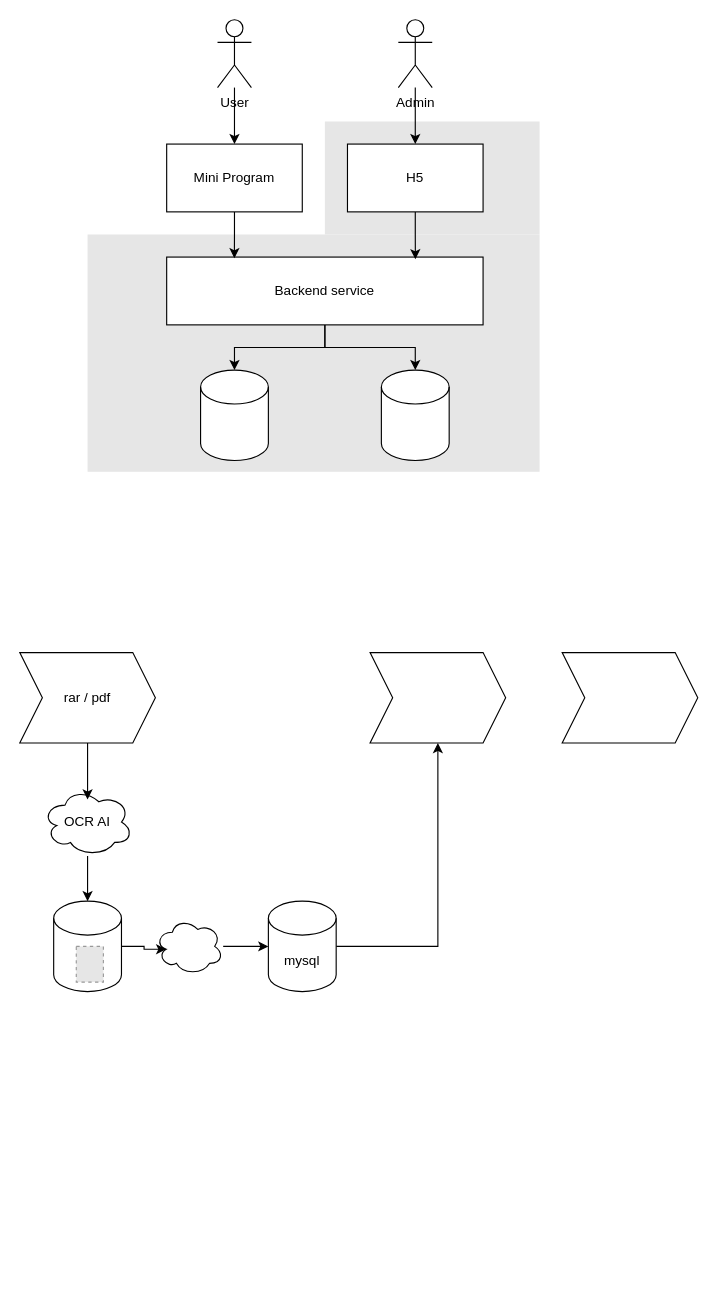
Above: mini-erp.drawio in huangshijie/Drawio (draw.io), before the change. Source tidied: cells renumbered, new cells numbered last; positions are measured from the earlier drawing's top-left corner, leaving out a move shared by most shapes. Both pictures are drawn from the tidied source at 113%, with x=0, y=0 at pixel (19, 19). Pictures stored in the file or linked from it are replaced by grey dashed boxes.
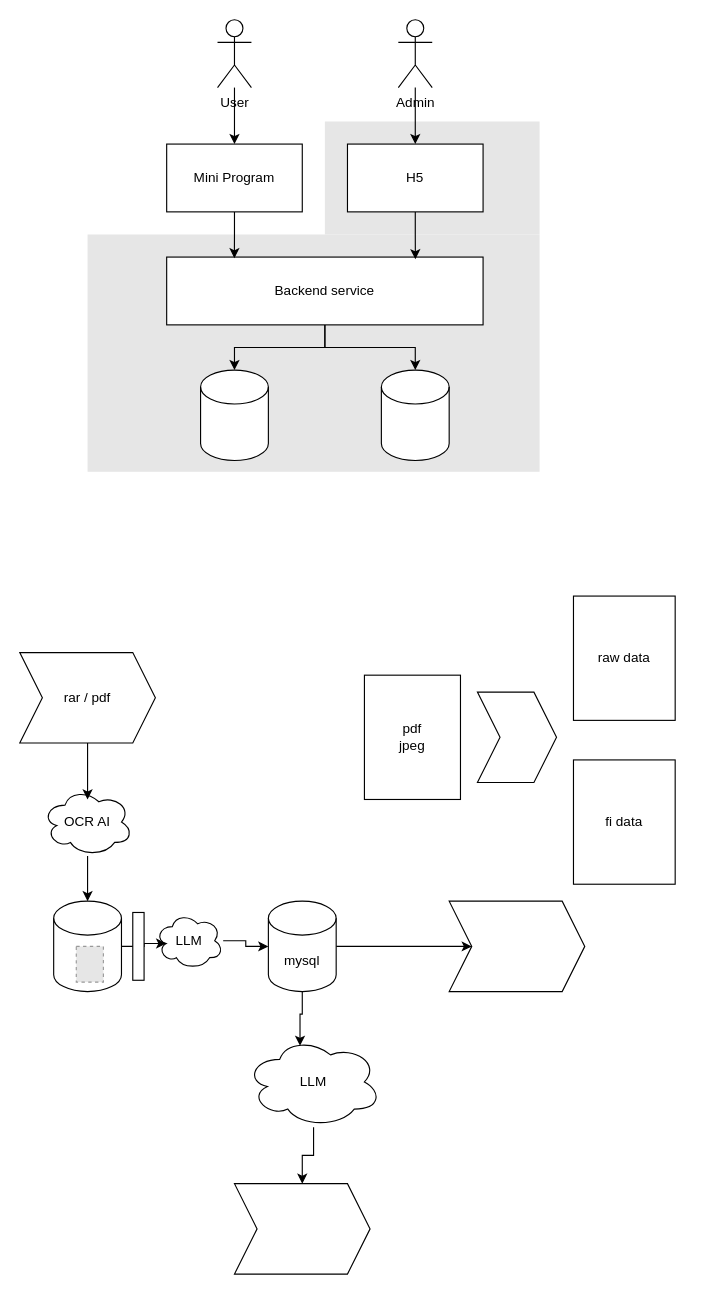
The same diagram, later.

Unchanged cells that the change refers to:
```xml
<mxCell id="23" value="mysql" style="shape=cylinder3;whiteSpace=wrap;html=1;boundedLbl=1;backgroundOutline=1;size=15;" parent="1" vertex="1">
  <mxGeometry x="220" y="780" width="60" height="80" as="geometry" />
</mxCell>
```

Change to the diagram source:
```diff
@@
     <mxCell id="19" style="shape=step;perimeter=stepPerimeter;whiteSpace=wrap;html=1;fixedSize=1;" parent="1" vertex="1">
-      <mxGeometry x="310" y="560" width="120" height="80" as="geometry" />
+      <mxGeometry x="380" y="780" width="120" height="80" as="geometry" />
     </mxCell>
@@
     <mxCell id="21" style="shape=step;perimeter=stepPerimeter;whiteSpace=wrap;html=1;fixedSize=1;" parent="1" vertex="1">
-      <mxGeometry x="480" y="560" width="120" height="80" as="geometry" />
+      <mxGeometry x="190" y="1030" width="120" height="80" as="geometry" />
     </mxCell>
@@
-    <mxCell id="28" style="ellipse;shape=cloud;whiteSpace=wrap;html=1;" parent="1" vertex="1">
-      <mxGeometry x="120" y="795" width="60" height="50" as="geometry" />
+    <mxCell id="28" value="LLM" style="ellipse;shape=cloud;whiteSpace=wrap;html=1;" parent="1" vertex="1">
+      <mxGeometry x="120" y="790" width="60" height="50" as="geometry" />
     </mxCell>
@@
+    <mxCell id="31" style="rounded=0;whiteSpace=wrap;html=1;" parent="1" vertex="1">
+      <mxGeometry x="100" y="790" width="10" height="60" as="geometry" />
+    </mxCell>
+    <mxCell id="32" style="edgeStyle=orthogonalEdgeStyle;rounded=0;jettySize=auto;html=1;entryX=0.5;entryY=0;entryDx=0;entryDy=0;" parent="1" edge="1" source="33" target="21">
+      <mxGeometry relative="1" as="geometry" />
+    </mxCell>
+    <mxCell id="33" value="LLM" style="ellipse;shape=cloud;whiteSpace=wrap;html=1;" parent="1" vertex="1">
+      <mxGeometry x="200" y="900" width="120" height="80" as="geometry" />
+    </mxCell>
+    <mxCell id="34" style="edgeStyle=orthogonalEdgeStyle;rounded=0;jettySize=auto;html=1;entryX=0.4;entryY=0.1;entryDx=0;entryDy=0;entryPerimeter=0;" parent="1" edge="1" source="23" target="33">
+      <mxGeometry relative="1" as="geometry" />
+    </mxCell>
+    <mxCell id="35" value="pdf&lt;div&gt;jpeg&lt;/div&gt;" style="rounded=0;whiteSpace=wrap;html=1;" parent="1" vertex="1">
+      <mxGeometry x="305" y="580" width="85" height="110" as="geometry" />
+    </mxCell>
+    <mxCell id="36" value="raw data" style="rounded=0;whiteSpace=wrap;html=1;" parent="1" vertex="1">
+      <mxGeometry x="490" y="510" width="90" height="110" as="geometry" />
+    </mxCell>
+    <mxCell id="37" style="shape=step;perimeter=stepPerimeter;whiteSpace=wrap;html=1;fixedSize=1;" parent="1" vertex="1">
+      <mxGeometry x="405" y="595" width="70" height="80" as="geometry" />
+    </mxCell>
+    <mxCell id="38" value="fi data" style="rounded=0;whiteSpace=wrap;html=1;" parent="1" vertex="1">
+      <mxGeometry x="490" y="655" width="90" height="110" as="geometry" />
+    </mxCell>
```
